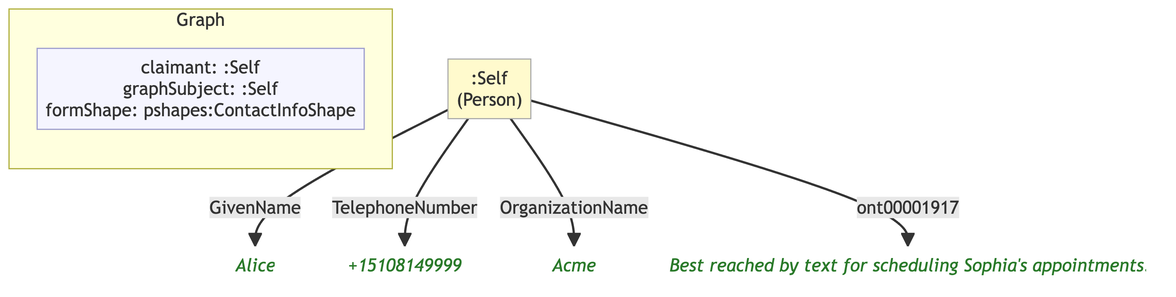
Earlier version of the Mermaid export example/graphs/images/graph-30.png (MeeFoundation/mia-ontologies). Its source is kept beside it as example/graphs/images/graph-30.mmd.
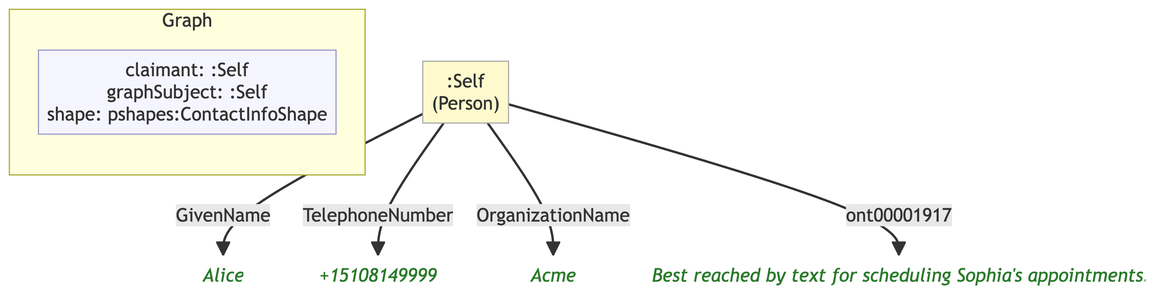
The same file after the commit.

Diff of the diagram source:
```diff
@@ -7,16 +7,16 @@
 
     subgraph ctx["Graph"]
         direction LR
-        ctx_meta["claimant: :Self\ngraphSubject: :Self\nformShape: pshapes:ContactInfoShape"]:::meta
+        ctx_meta["claimant: :Self\ngraphSubject: :Self\nshape: pshapes:ContactInfoShape"]:::meta
     end
 
     n655e442e50be[":Self\n(Person)"]:::person
-    n4fe9ee8255a2("Alice"):::lit
-    n1cabc4d83ced("+15108149999"):::lit
-    n760ec63c8800("Acme"):::lit
-    n47a1e147a6a5("Best reached by text for scheduling Sophia's appointments."):::lit
+    n8a9487f9eb00("Alice"):::lit
+    n5d2baddd039a("+15108149999"):::lit
+    n48599fd75515("Acme"):::lit
+    n36523aac6a74("Best reached by text for scheduling Sophia's appointments."):::lit
 
-    n655e442e50be -->|"GivenName"| n4fe9ee8255a2
-    n655e442e50be -->|"TelephoneNumber"| n1cabc4d83ced
-    n655e442e50be -->|"OrganizationName"| n760ec63c8800
-    n655e442e50be -->|"ont00001917"| n47a1e147a6a5
+    n655e442e50be -->|"GivenName"| n8a9487f9eb00
+    n655e442e50be -->|"TelephoneNumber"| n5d2baddd039a
+    n655e442e50be -->|"OrganizationName"| n48599fd75515
+    n655e442e50be -->|"ont00001917"| n36523aac6a74
```
